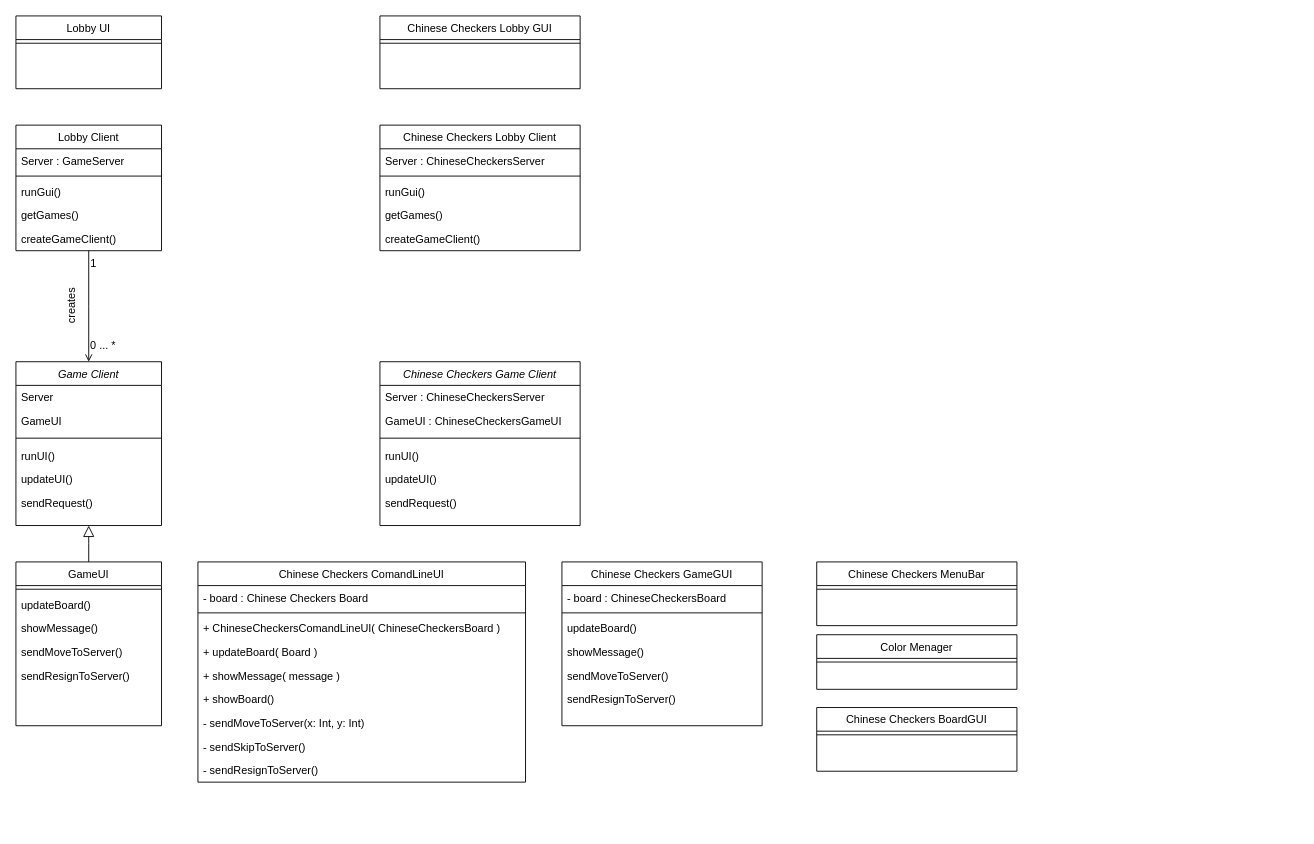
Before: ULM/Client.drawio in TobiaszWojnar/Chinese-checkers, a draw.io diagram. Source tidied: cells renumbered, new cells numbered last; positions are measured from the earlier drawing's top-left corner, leaving out a move shared by most shapes. Both pictures are drawn from the tidied source at 91%, with x=0, y=0 at pixel (15, 15).
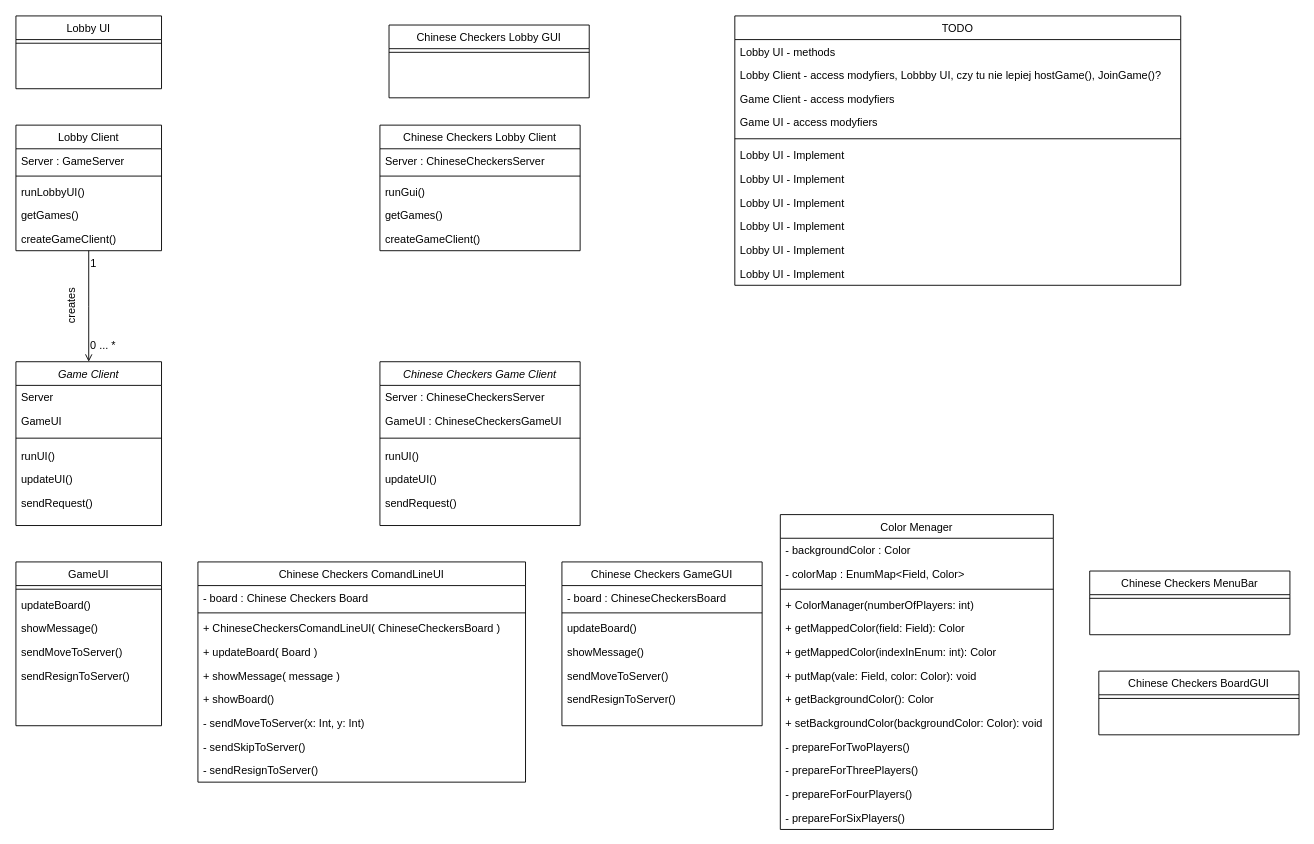
Above is the later version.

Commit message:
Update Client.drawio - Color Menager documented

The change refers to these unchanged cells:
```xml
<mxCell id="2" value="Game Client" style="swimlane;fontStyle=2;align=center;verticalAlign=top;horizontal=1;startSize=26;rounded=0;shadow=0;strokeWidth=1;" parent="1" vertex="1">
  <mxGeometry y="380" width="160" height="180" as="geometry" />
</mxCell>
<mxCell id="9" value="GameUI" style="swimlane;fontStyle=0;align=center;verticalAlign=top;horizontal=1;startSize=26;rounded=0;shadow=0;strokeWidth=1;" parent="1" vertex="1">
  <mxGeometry y="600" width="160" height="180" as="geometry" />
</mxCell>
<mxCell id="16" value="Lobby Client" style="swimlane;fontStyle=0;align=center;verticalAlign=top;horizontal=1;startSize=26;rounded=0;shadow=0;strokeWidth=1;" parent="1" vertex="1">
  <mxGeometry y="120" width="160" height="138" as="geometry" />
</mxCell>
```

The edit, as a diff of the source:
```diff
@@
-    <mxCell id="15" style="endArrow=block;endSize=10;endFill=0;shadow=0;strokeWidth=1;rounded=0;edgeStyle=elbowEdgeStyle;elbow=vertical;" parent="1" edge="1" source="9" target="2">
-      <mxGeometry relative="1" as="geometry" />
-    </mxCell>
@@
-    <mxCell id="19" value="runGui()" style="text;align=left;verticalAlign=top;spacingLeft=4;spacingRight=4;overflow=hidden;" parent="16" vertex="1">
+    <mxCell id="19" value="runLobbyUI()" style="text;align=left;verticalAlign=top;spacingLeft=4;spacingRight=4;overflow=hidden;" parent="16" vertex="1">
       <mxGeometry y="60" width="160" height="26" as="geometry" />
     </mxCell>
@@
     <mxCell id="56" value="Chinese Checkers MenuBar" style="swimlane;fontStyle=0;align=center;verticalAlign=top;horizontal=1;startSize=26;rounded=0;shadow=0;strokeWidth=1;" parent="1" vertex="1">
-      <mxGeometry x="880" y="600" width="220" height="70" as="geometry" />
+      <mxGeometry x="1180" y="610" width="220" height="70" as="geometry" />
     </mxCell>
@@
     <mxCell id="58" value="Color Menager" style="swimlane;fontStyle=0;align=center;verticalAlign=top;horizontal=1;startSize=26;rounded=0;shadow=0;strokeWidth=1;" parent="1" vertex="1">
-      <mxGeometry x="880" y="680" width="220" height="60" as="geometry" />
+      <mxGeometry x="840" y="548" width="300" height="346" as="geometry" />
     </mxCell>
+    <mxCell id="66" value="- backgroundColor : Color" style="text;align=left;verticalAlign=top;spacingLeft=4;spacingRight=4;overflow=hidden;" parent="58" vertex="1">
+      <mxGeometry y="26" width="300" height="26" as="geometry" />
+    </mxCell>
+    <mxCell id="67" value="- colorMap : EnumMap&lt;Field, Color&gt;" style="text;align=left;verticalAlign=top;spacingLeft=4;spacingRight=4;overflow=hidden;" parent="58" vertex="1">
+      <mxGeometry y="52" width="300" height="26" as="geometry" />
+    </mxCell>
     <mxCell id="59" style="line;html=1;strokeWidth=1;align=left;verticalAlign=middle;spacingTop=-1;spacingLeft=3;spacingRight=3;labelPosition=right;" parent="58" vertex="1">
-      <mxGeometry y="26" width="220" height="8" as="geometry" />
+      <mxGeometry y="78" width="300" height="8" as="geometry" />
     </mxCell>
+    <mxCell id="68" value="+ ColorManager(numberOfPlayers: int)" style="text;align=left;verticalAlign=top;spacingLeft=4;spacingRight=4;overflow=hidden;" parent="58" vertex="1">
+      <mxGeometry y="86" width="300" height="26" as="geometry" />
+    </mxCell>
+    <mxCell id="69" value="+ getMappedColor(field: Field): Color" style="text;align=left;verticalAlign=top;spacingLeft=4;spacingRight=4;overflow=hidden;" parent="58" vertex="1">
+      <mxGeometry y="112" width="300" height="26" as="geometry" />
+    </mxCell>
+    <mxCell id="70" value="+ getMappedColor(indexInEnum: int): Color" style="text;align=left;verticalAlign=top;spacingLeft=4;spacingRight=4;overflow=hidden;" parent="58" vertex="1">
+      <mxGeometry y="138" width="300" height="26" as="geometry" />
+    </mxCell>
+    <mxCell id="71" value="+ putMap(vale: Field, color: Color): void" style="text;align=left;verticalAlign=top;spacingLeft=4;spacingRight=4;overflow=hidden;" parent="58" vertex="1">
+      <mxGeometry y="164" width="300" height="26" as="geometry" />
+    </mxCell>
+    <mxCell id="72" value="+ getBackgroundColor(): Color" style="text;align=left;verticalAlign=top;spacingLeft=4;spacingRight=4;overflow=hidden;" parent="58" vertex="1">
+      <mxGeometry y="190" width="300" height="26" as="geometry" />
+    </mxCell>
+    <mxCell id="73" value="+ setBackgroundColor(backgroundColor: Color): void" style="text;align=left;verticalAlign=top;spacingLeft=4;spacingRight=4;overflow=hidden;" parent="58" vertex="1">
+      <mxGeometry y="216" width="300" height="26" as="geometry" />
+    </mxCell>
+    <mxCell id="74" value="- prepareForTwoPlayers()" style="text;align=left;verticalAlign=top;spacingLeft=4;spacingRight=4;overflow=hidden;" parent="58" vertex="1">
+      <mxGeometry y="242" width="300" height="26" as="geometry" />
+    </mxCell>
+    <mxCell id="75" value="- prepareForThreePlayers()" style="text;align=left;verticalAlign=top;spacingLeft=4;spacingRight=4;overflow=hidden;" parent="58" vertex="1">
+      <mxGeometry y="268" width="300" height="26" as="geometry" />
+    </mxCell>
+    <mxCell id="76" value="- prepareForFourPlayers()" style="text;align=left;verticalAlign=top;spacingLeft=4;spacingRight=4;overflow=hidden;" parent="58" vertex="1">
+      <mxGeometry y="294" width="300" height="26" as="geometry" />
+    </mxCell>
+    <mxCell id="77" value="- prepareForSixPlayers()" style="text;align=left;verticalAlign=top;spacingLeft=4;spacingRight=4;overflow=hidden;" parent="58" vertex="1">
+      <mxGeometry y="320" width="300" height="26" as="geometry" />
+    </mxCell>
@@
     <mxCell id="62" value="Chinese Checkers BoardGUI&#10;" style="swimlane;fontStyle=0;align=center;verticalAlign=top;horizontal=1;startSize=26;rounded=0;shadow=0;strokeWidth=1;" parent="1" vertex="1">
-      <mxGeometry x="880" y="760" width="220" height="70" as="geometry" />
+      <mxGeometry x="1190" y="720" width="220" height="70" as="geometry" />
     </mxCell>
@@
-    <mxCell id="64" value="Chinese Checkers Lobby GUI&#10;" style="swimlane;fontStyle=0;align=center;verticalAlign=top;horizontal=1;startSize=26;rounded=0;shadow=0;strokeWidth=1;" parent="1" vertex="1">
-      <mxGeometry x="400" width="220" height="80" as="geometry" />
+    <mxCell id="64" value="TODO" style="swimlane;fontStyle=0;align=center;verticalAlign=top;horizontal=1;startSize=26;rounded=0;shadow=0;strokeWidth=1;" parent="1" vertex="1">
+      <mxGeometry x="790" width="490" height="296" as="geometry" />
     </mxCell>
+    <mxCell id="78" value="Lobby UI - methods" style="text;align=left;verticalAlign=top;spacingLeft=4;spacingRight=4;overflow=hidden;" parent="64" vertex="1">
+      <mxGeometry y="26" width="490" height="26" as="geometry" />
+    </mxCell>
+    <mxCell id="79" value="Lobby Client - access modyfiers, Lobbby UI, czy tu nie lepiej hostGame(), JoinGame()?" style="text;align=left;verticalAlign=top;spacingLeft=4;spacingRight=4;overflow=hidden;" parent="64" vertex="1">
+      <mxGeometry y="52" width="490" height="26" as="geometry" />
+    </mxCell>
+    <mxCell id="80" value="Game Client - access modyfiers" style="text;align=left;verticalAlign=top;spacingLeft=4;spacingRight=4;overflow=hidden;" parent="64" vertex="1">
+      <mxGeometry y="78" width="490" height="26" as="geometry" />
+    </mxCell>
+    <mxCell id="81" value="Game UI - access modyfiers" style="text;align=left;verticalAlign=top;spacingLeft=4;spacingRight=4;overflow=hidden;" parent="64" vertex="1">
+      <mxGeometry y="104" width="490" height="26" as="geometry" />
+    </mxCell>
     <mxCell id="65" style="line;html=1;strokeWidth=1;align=left;verticalAlign=middle;spacingTop=-1;spacingLeft=3;spacingRight=3;labelPosition=right;" parent="64" vertex="1">
-      <mxGeometry y="26" width="220" height="8" as="geometry" />
+      <mxGeometry y="130" width="490" height="10" as="geometry" />
     </mxCell>
+    <mxCell id="82" value="Lobby UI - Implement" style="text;align=left;verticalAlign=top;spacingLeft=4;spacingRight=4;overflow=hidden;" parent="64" vertex="1">
+      <mxGeometry y="140" width="490" height="26" as="geometry" />
+    </mxCell>
+    <mxCell id="83" value="Lobby UI - Implement" style="text;align=left;verticalAlign=top;spacingLeft=4;spacingRight=4;overflow=hidden;" parent="64" vertex="1">
+      <mxGeometry y="166" width="490" height="26" as="geometry" />
+    </mxCell>
+    <mxCell id="84" value="Lobby UI - Implement" style="text;align=left;verticalAlign=top;spacingLeft=4;spacingRight=4;overflow=hidden;" parent="64" vertex="1">
+      <mxGeometry y="192" width="490" height="26" as="geometry" />
+    </mxCell>
+    <mxCell id="85" value="Lobby UI - Implement" style="text;align=left;verticalAlign=top;spacingLeft=4;spacingRight=4;overflow=hidden;" parent="64" vertex="1">
+      <mxGeometry y="218" width="490" height="26" as="geometry" />
+    </mxCell>
+    <mxCell id="86" value="Lobby UI - Implement" style="text;align=left;verticalAlign=top;spacingLeft=4;spacingRight=4;overflow=hidden;" parent="64" vertex="1">
+      <mxGeometry y="244" width="490" height="26" as="geometry" />
+    </mxCell>
+    <mxCell id="87" value="Lobby UI - Implement" style="text;align=left;verticalAlign=top;spacingLeft=4;spacingRight=4;overflow=hidden;" parent="64" vertex="1">
+      <mxGeometry y="270" width="490" height="26" as="geometry" />
+    </mxCell>
+    <mxCell id="88" value="Chinese Checkers Lobby GUI&#10;" style="swimlane;fontStyle=0;align=center;verticalAlign=top;horizontal=1;startSize=26;rounded=0;shadow=0;strokeWidth=1;" parent="1" vertex="1">
+      <mxGeometry x="410" y="10" width="220" height="80" as="geometry" />
+    </mxCell>
+    <mxCell id="89" style="line;html=1;strokeWidth=1;align=left;verticalAlign=middle;spacingTop=-1;spacingLeft=3;spacingRight=3;labelPosition=right;" parent="88" vertex="1">
+      <mxGeometry y="26" width="220" height="8" as="geometry" />
+    </mxCell>
```
